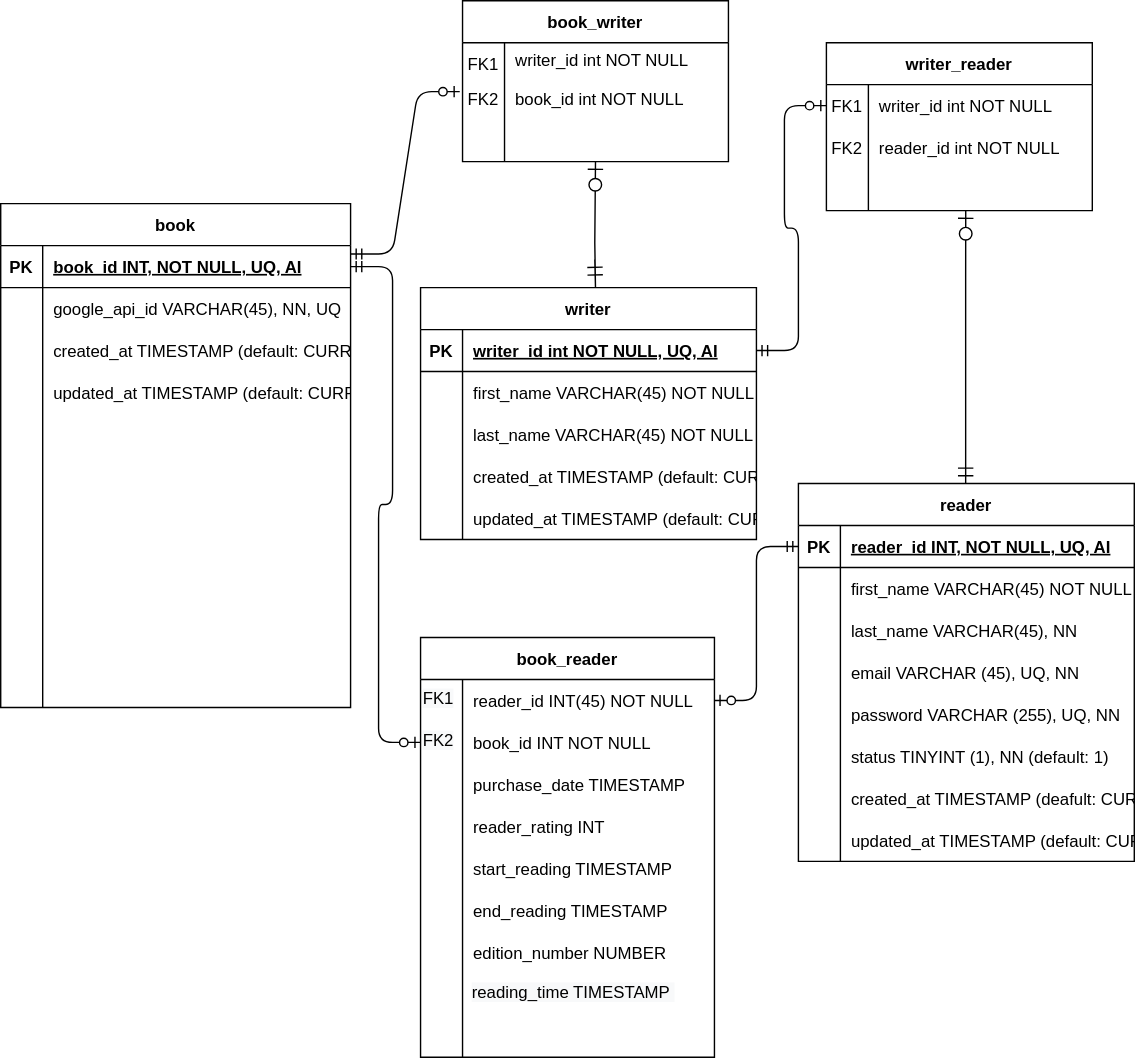
This is Documents/Data_Base_Diagram.svg from CristianaCostaPereira/BooketList, a draw.io export, as it was before one commit. Source tidied: cells renumbered, new cells last; positions are measured from the earlier drawing's top-left corner, leaving out a move shared by most shapes.
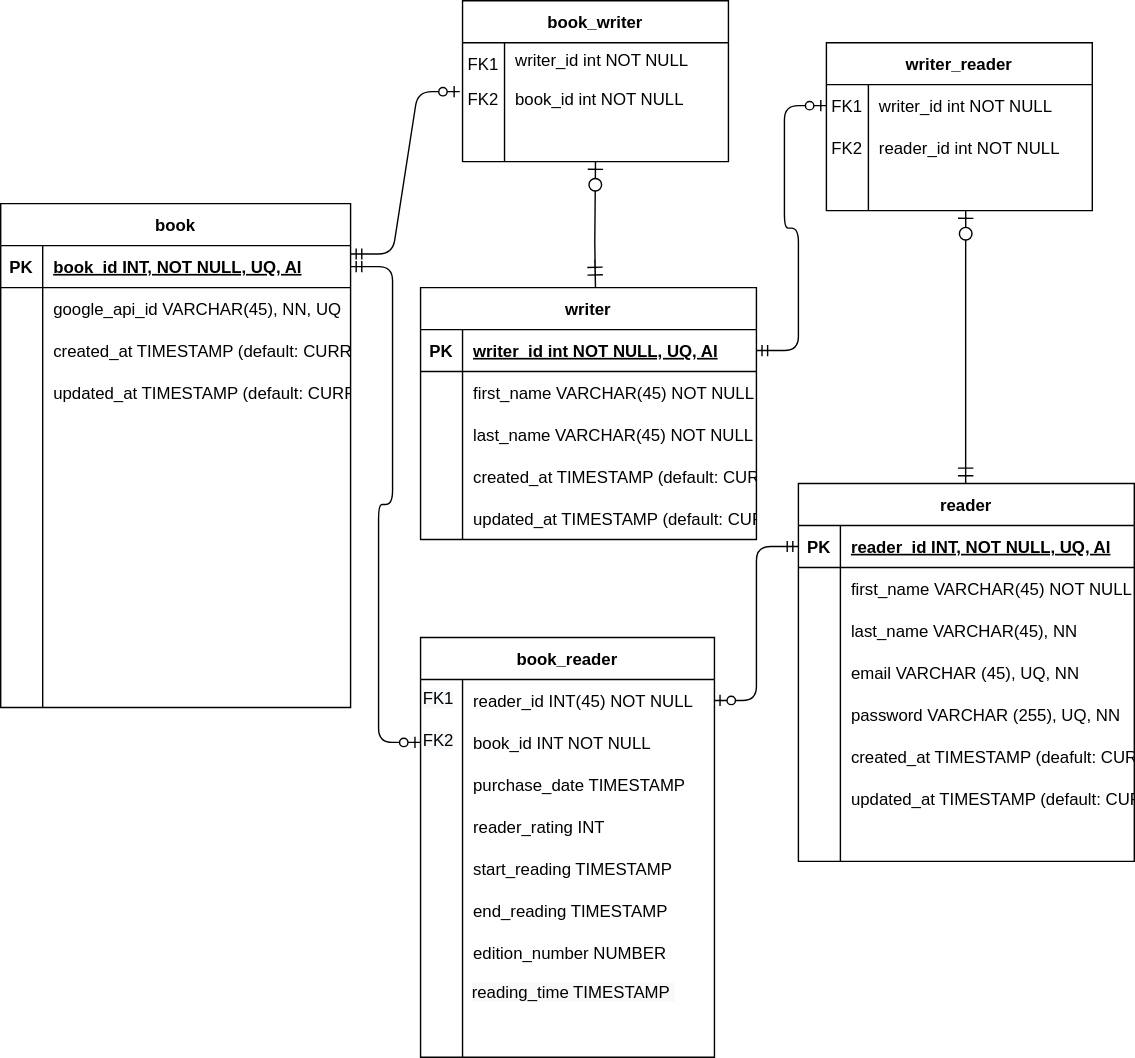
After the change.

Change to the diagram source:
```diff
@@ -371,7 +371,7 @@
     <mxCell id="121" style="shape=partialRectangle;overflow=hidden;fillColor=none;top=0;left=0;bottom=0;right=0;" parent="120" vertex="1">
       <mxGeometry width="30" height="30" as="geometry" />
     </mxCell>
-    <mxCell id="122" value="status TINYINT (1), NN (default: 1)" style="shape=partialRectangle;overflow=hidden;fillColor=none;top=0;left=0;bottom=0;right=0;align=left;spacingLeft=6;" parent="120" vertex="1">
+    <mxCell id="122" value="created_at TIMESTAMP (deafult: CURRENT_TIMESTAMP)" style="shape=partialRectangle;overflow=hidden;fillColor=none;top=0;left=0;bottom=0;right=0;align=left;spacingLeft=6;" parent="120" vertex="1">
       <mxGeometry x="30" width="210" height="30" as="geometry" />
     </mxCell>
     <mxCell id="123" style="shape=partialRectangle;fillColor=none;top=0;left=0;right=0;bottom=0;" parent="104" vertex="1">
@@ -380,7 +380,7 @@
     <mxCell id="124" style="shape=partialRectangle;overflow=hidden;fillColor=none;top=0;left=0;bottom=0;right=0;" parent="123" vertex="1">
       <mxGeometry width="30" height="30" as="geometry" />
     </mxCell>
-    <mxCell id="125" value="created_at TIMESTAMP (deafult: CURRENT_TIMESTAMP)" style="shape=partialRectangle;overflow=hidden;fillColor=none;top=0;left=0;bottom=0;right=0;align=left;spacingLeft=6;" parent="123" vertex="1">
+    <mxCell id="125" value="updated_at TIMESTAMP (default: CURRENT_TIMESTAMP ON UPDATE CURRENT_TIMESTAMP)" style="shape=partialRectangle;overflow=hidden;fillColor=none;top=0;left=0;bottom=0;right=0;align=left;spacingLeft=6;" parent="123" vertex="1">
       <mxGeometry x="30" width="210" height="30" as="geometry" />
     </mxCell>
     <mxCell id="126" style="shape=partialRectangle;fillColor=none;top=0;left=0;right=0;bottom=0;" parent="104" vertex="1">
@@ -389,7 +389,7 @@
     <mxCell id="127" style="shape=partialRectangle;overflow=hidden;fillColor=none;top=0;left=0;bottom=0;right=0;" parent="126" vertex="1">
       <mxGeometry width="30" height="30" as="geometry" />
     </mxCell>
-    <mxCell id="128" value="updated_at TIMESTAMP (default: CURRENT_TIMESTAMP ON UPDATE CURRENT_TIMESTAMP)" style="shape=partialRectangle;overflow=hidden;fillColor=none;top=0;left=0;bottom=0;right=0;align=left;spacingLeft=6;" parent="126" vertex="1">
+    <mxCell id="128" style="shape=partialRectangle;overflow=hidden;fillColor=none;top=0;left=0;bottom=0;right=0;align=left;spacingLeft=6;" parent="126" vertex="1">
       <mxGeometry x="30" width="210" height="30" as="geometry" />
     </mxCell>
     <mxCell id="129" style="endArrow=ERzeroToOne;startArrow=ERmandOne;endFill=1;startFill=0;endSize=9;startSize=9;strokeWidth=1;rounded=0;jumpStyle=none;jumpSize=6;targetPerimeterSpacing=1;entryX=0.474;entryY=1.067;entryDx=0;entryDy=0;entryPerimeter=0;exitX=0.498;exitY=0;exitDx=0;exitDy=0;exitPerimeter=0;" parent="1" edge="1" source="104">
```
